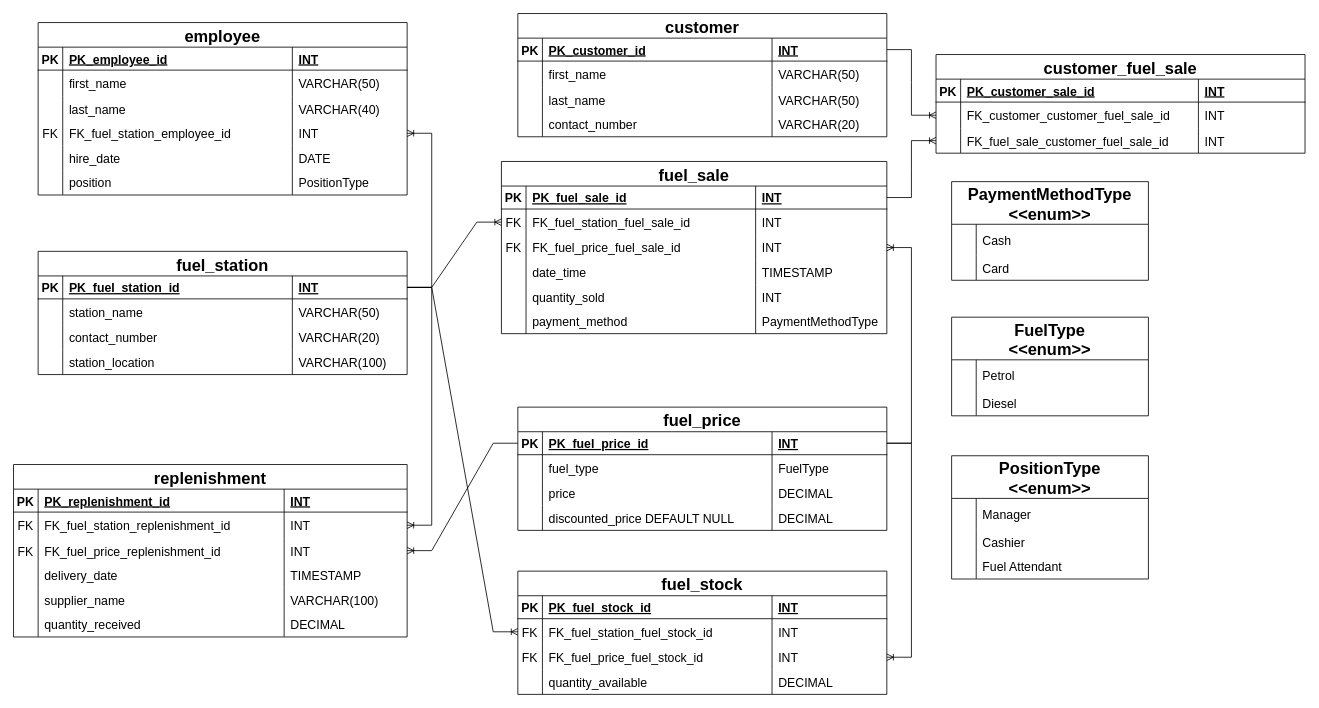
Before: Untitled Diagram.drawio in GiorgiEz/DB-modeling, a draw.io diagram. Source tidied: cells renumbered, new cells numbered last; positions are measured from the earlier drawing's top-left corner, leaving out a move shared by most shapes. Both pictures are drawn from the tidied source at 82%, with x=0, y=0 at pixel (-65, 13).
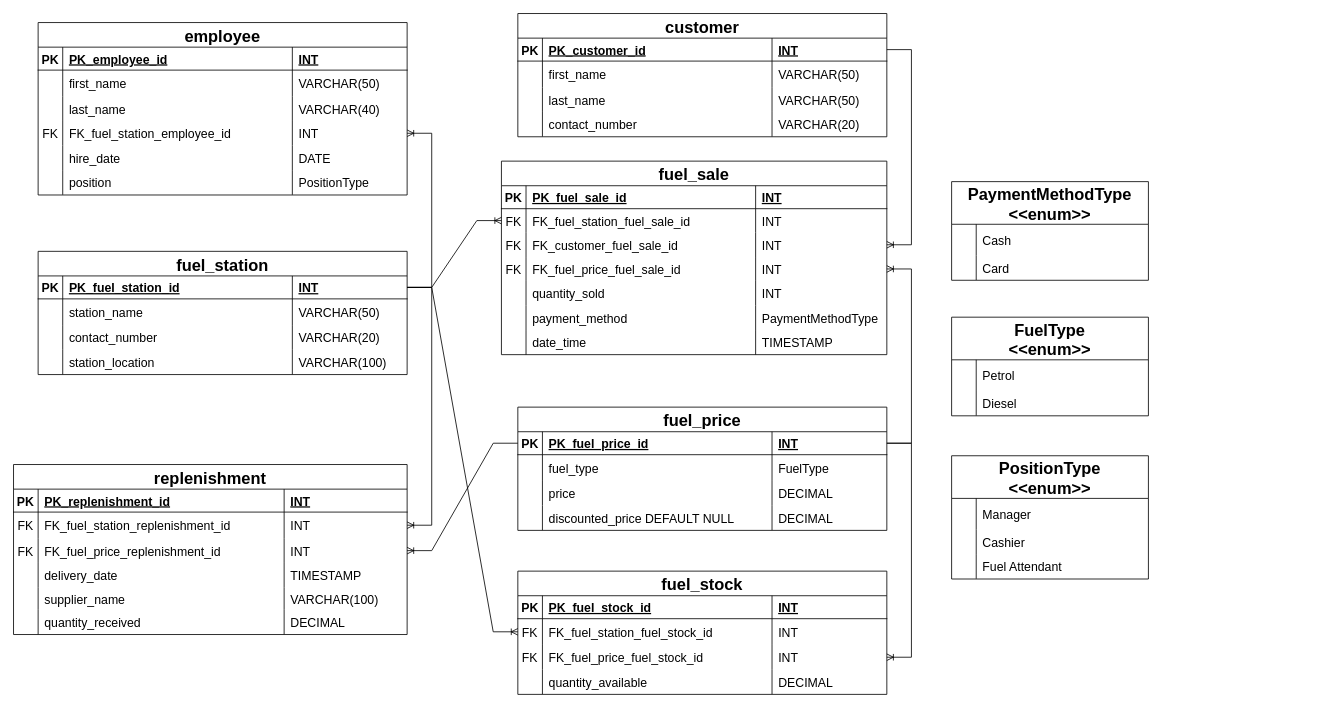
After the change.

The change refers to these unchanged cells:
```xml
<mxCell id="20" style="shape=partialRectangle;fillColor=none;points=[[0,0.5],[1,0.5]];portConstraint=eastwest;top=0;left=0;right=0;bottom=1;" parent="19" vertex="1">
  <mxGeometry y="30" width="450" height="28" as="geometry" />
</mxCell>
<mxCell id="56" style="shape=partialRectangle;fillColor=none;points=[[0,0.5],[1,0.5]];portConstraint=eastwest;top=0;left=0;right=0;bottom=1;" parent="55" vertex="1">
  <mxGeometry y="30" width="470" height="28" as="geometry" />
</mxCell>
<mxCell id="135" style="shape=partialRectangle;fillColor=none;points=[[0,0.5],[1,0.5]];portConstraint=eastwest;top=0;left=0;right=0;bottom=1;" parent="134" vertex="1">
  <mxGeometry y="30" width="450" height="28" as="geometry" />
</mxCell>
```

Diff of the diagram source:
```diff
@@
     <mxCell id="55" value="fuel_sale" style="shape=table;startSize=30;childLayout=tableLayout;rowLines=0;fontStyle=1;align=center;fillColor=#FFFFFF;strokeColor=#000000;fontSize=20;direction=east;flipH=0;flipV=0;" parent="1" vertex="1">
-      <mxGeometry x="690" y="180.4" width="470" height="210" as="geometry" />
+      <mxGeometry x="690" y="180" width="470" height="236" as="geometry" />
     </mxCell>
@@
     <mxCell id="60" style="shape=partialRectangle;fillColor=none;points=[[0,0.5],[1,0.5]];portConstraint=eastwest;top=0;left=0;right=0;bottom=0;" parent="55" vertex="1">
-      <mxGeometry y="58" width="470" height="32" as="geometry" />
+      <mxGeometry y="58" width="470" height="29" as="geometry" />
     </mxCell>
     <mxCell id="61" value="FK" style="shape=partialRectangle;overflow=hidden;fillColor=none;top=0;left=0;bottom=0;right=0;fontSize=15;" parent="60" vertex="1">
-      <mxGeometry width="30" height="32" as="geometry" />
+      <mxGeometry width="30" height="29" as="geometry" />
     </mxCell>
     <mxCell id="62" value="FK_fuel_station_fuel_sale_id" style="shape=partialRectangle;overflow=hidden;fillColor=none;top=0;left=0;bottom=0;right=0;align=left;spacingLeft=6;fontColor=#000000;labelBackgroundColor=none;fontSize=15;" parent="60" vertex="1">
-      <mxGeometry x="30" width="280" height="32" as="geometry" />
+      <mxGeometry x="30" width="280" height="29" as="geometry" />
     </mxCell>
     <mxCell id="63" value="INT" style="shape=partialRectangle;overflow=hidden;fillColor=none;top=0;left=0;bottom=0;right=0;align=left;spacingLeft=6;fontColor=#000000;labelBackgroundColor=none;fontSize=15;" parent="60" vertex="1">
-      <mxGeometry x="310" width="160" height="32" as="geometry" />
+      <mxGeometry x="310" width="160" height="29" as="geometry" />
     </mxCell>
     <mxCell id="64" style="shape=tableRow;horizontal=0;startSize=0;swimlaneHead=0;swimlaneBody=0;fillColor=none;points=[[0,0.5],[1,0.5]];portConstraint=eastwest;top=0;left=0;right=0;bottom=0;" parent="55" vertex="1">
-      <mxGeometry y="90" width="470" height="30" as="geometry" />
+      <mxGeometry y="87" width="470" height="30" as="geometry" />
     </mxCell>
@@
-    <mxCell id="66" value="FK_fuel_price_fuel_sale_id" style="shape=partialRectangle;fillColor=none;top=0;left=0;bottom=0;right=0;align=left;spacingLeft=6;overflow=hidden;fontSize=15;" parent="64" vertex="1">
+    <mxCell id="66" value="FK_customer_fuel_sale_id" style="shape=partialRectangle;fillColor=none;top=0;left=0;bottom=0;right=0;align=left;spacingLeft=6;overflow=hidden;fontSize=15;" parent="64" vertex="1">
       <mxGeometry x="30" width="280" height="30" as="geometry" />
     </mxCell>
@@
     <mxCell id="68" style="shape=tableRow;horizontal=0;startSize=0;swimlaneHead=0;swimlaneBody=0;fillColor=none;points=[[0,0.5],[1,0.5]];portConstraint=eastwest;top=0;left=0;right=0;bottom=0;" parent="55" vertex="1">
-      <mxGeometry y="120" width="470" height="30" as="geometry" />
+      <mxGeometry y="117" width="470" height="29" as="geometry" />
     </mxCell>
-    <mxCell id="69" style="shape=partialRectangle;fillColor=none;top=0;left=0;bottom=0;right=0;overflow=hidden;" parent="68" vertex="1">
-      <mxGeometry width="30" height="30" as="geometry" />
+    <mxCell id="69" value="FK" style="shape=partialRectangle;fillColor=none;top=0;left=0;bottom=0;right=0;overflow=hidden;fontSize=15;" parent="68" vertex="1">
+      <mxGeometry width="30" height="29" as="geometry" />
     </mxCell>
-    <mxCell id="70" value="date_time" style="shape=partialRectangle;fillColor=none;top=0;left=0;bottom=0;right=0;align=left;spacingLeft=6;overflow=hidden;fontSize=15;" parent="68" vertex="1">
-      <mxGeometry x="30" width="280" height="30" as="geometry" />
+    <mxCell id="70" value="FK_fuel_price_fuel_sale_id" style="shape=partialRectangle;fillColor=none;top=0;left=0;bottom=0;right=0;align=left;spacingLeft=6;overflow=hidden;fontSize=15;" parent="68" vertex="1">
+      <mxGeometry x="30" width="280" height="29" as="geometry" />
     </mxCell>
-    <mxCell id="71" value="TIMESTAMP" style="shape=partialRectangle;fillColor=none;top=0;left=0;bottom=0;right=0;align=left;spacingLeft=6;overflow=hidden;fontSize=15;" parent="68" vertex="1">
-      <mxGeometry x="310" width="160" height="30" as="geometry" />
+    <mxCell id="71" value="INT" style="shape=partialRectangle;fillColor=none;top=0;left=0;bottom=0;right=0;align=left;spacingLeft=6;overflow=hidden;fontSize=15;" parent="68" vertex="1">
+      <mxGeometry x="310" width="160" height="29" as="geometry" />
     </mxCell>
     <mxCell id="72" style="shape=tableRow;horizontal=0;startSize=0;swimlaneHead=0;swimlaneBody=0;fillColor=none;top=0;left=0;right=0;bottom=0;" parent="55" vertex="1">
-      <mxGeometry y="150" width="470" height="30" as="geometry" />
+      <mxGeometry y="146" width="470" height="30" as="geometry" />
     </mxCell>
@@
     <mxCell id="76" style="shape=tableRow;horizontal=0;startSize=0;swimlaneHead=0;swimlaneBody=0;fillColor=none;top=0;left=0;right=0;bottom=0;" parent="55" vertex="1">
-      <mxGeometry y="180" width="470" height="30" as="geometry" />
+      <mxGeometry y="176" width="470" height="30" as="geometry" />
     </mxCell>
@@
+    <mxCell id="191" style="shape=tableRow;horizontal=0;startSize=0;swimlaneHead=0;swimlaneBody=0;fillColor=none;top=0;left=0;right=0;bottom=0;" parent="55" vertex="1">
+      <mxGeometry y="206" width="470" height="30" as="geometry" />
+    </mxCell>
+    <mxCell id="161" style="shape=partialRectangle;fillColor=none;top=0;left=0;bottom=0;right=0;overflow=hidden;" parent="191" vertex="1">
+      <mxGeometry width="30" height="30" as="geometry" />
+    </mxCell>
+    <mxCell id="192" value="date_time" style="shape=partialRectangle;fillColor=none;top=0;left=0;bottom=0;right=0;align=left;spacingLeft=6;overflow=hidden;fontSize=15;" parent="191" vertex="1">
+      <mxGeometry x="30" width="280" height="30" as="geometry" />
+    </mxCell>
+    <mxCell id="193" value="TIMESTAMP" style="shape=partialRectangle;fillColor=none;top=0;left=0;bottom=0;right=0;align=left;spacingLeft=6;overflow=hidden;fontSize=15;" parent="191" vertex="1">
+      <mxGeometry x="310" width="160" height="30" as="geometry" />
+    </mxCell>
@@
-    <mxCell id="81" style="edgeStyle=entityRelationEdgeStyle;fontSize=12;html=1;endArrow=ERoneToMany;rounded=0;exitX=1;exitY=0.5;exitDx=0;exitDy=0;entryX=1;entryY=0.5;entryDx=0;entryDy=0;" parent="1" edge="1" source="20" target="64">
+    <mxCell id="81" style="edgeStyle=entityRelationEdgeStyle;fontSize=12;html=1;endArrow=ERoneToMany;rounded=0;exitX=1;exitY=0.5;exitDx=0;exitDy=0;entryX=1;entryY=0.5;entryDx=0;entryDy=0;" parent="1" edge="1" source="20" target="68">
       <mxGeometry relative="1" as="geometry" />
     </mxCell>
     <mxCell id="82" value="replenishment" style="shape=table;startSize=30;childLayout=tableLayout;rowLines=0;fontStyle=1;align=center;fillColor=#FFFFFF;strokeColor=#000000;fontSize=20;direction=east;flipH=0;flipV=0;" parent="1" vertex="1">
-      <mxGeometry x="95" y="550" width="480" height="210.3" as="geometry" />
+      <mxGeometry x="95" y="550" width="480" height="207.3" as="geometry" />
     </mxCell>
@@
     <mxCell id="99" style="shape=tableRow;horizontal=0;startSize=0;swimlaneHead=0;swimlaneBody=0;fillColor=none;top=0;left=0;right=0;bottom=0;" parent="82" vertex="1">
-      <mxGeometry y="150" width="480" height="30" as="geometry" />
+      <mxGeometry y="150" width="480" height="27" as="geometry" />
     </mxCell>
     <mxCell id="100" style="shape=partialRectangle;fillColor=none;top=0;left=0;bottom=0;right=0;overflow=hidden;" parent="99" vertex="1">
-      <mxGeometry width="30" height="30" as="geometry" />
+      <mxGeometry width="30" height="27" as="geometry" />
     </mxCell>
     <mxCell id="101" value="supplier_name" style="shape=partialRectangle;fillColor=none;top=0;left=0;bottom=0;right=0;align=left;spacingLeft=6;overflow=hidden;fontSize=15;" parent="99" vertex="1">
-      <mxGeometry x="30" width="300" height="30" as="geometry" />
+      <mxGeometry x="30" width="300" height="27" as="geometry" />
     </mxCell>
     <mxCell id="102" value="VARCHAR(100)" style="shape=partialRectangle;fillColor=none;top=0;left=0;bottom=0;right=0;align=left;spacingLeft=6;overflow=hidden;fontSize=15;" parent="99" vertex="1">
-      <mxGeometry x="330" width="150" height="30" as="geometry" />
+      <mxGeometry x="330" width="150" height="27" as="geometry" />
     </mxCell>
     <mxCell id="103" style="shape=tableRow;horizontal=0;startSize=0;swimlaneHead=0;swimlaneBody=0;fillColor=none;top=0;left=0;right=0;bottom=0;" parent="82" vertex="1">
-      <mxGeometry y="180" width="480" height="30" as="geometry" />
+      <mxGeometry y="177" width="480" height="30" as="geometry" />
     </mxCell>
@@
-    <mxCell id="151" value="customer_fuel_sale" style="shape=table;startSize=30;childLayout=tableLayout;rowLines=0;fontStyle=1;align=center;fillColor=#FFFFFF;strokeColor=#000000;fontSize=20;direction=east;flipH=0;flipV=0;" parent="1" vertex="1">
-      <mxGeometry x="1220" y="50" width="450" height="120.3" as="geometry" />
-    </mxCell>
-    <mxCell id="152" style="shape=partialRectangle;fillColor=none;top=0;left=0;right=0;bottom=1;" parent="151" vertex="1">
-      <mxGeometry y="30" width="450" height="28" as="geometry" />
-    </mxCell>
-    <mxCell id="153" value="PK" style="shape=partialRectangle;overflow=hidden;fillColor=none;top=0;left=0;bottom=0;right=0;fontStyle=1;fontSize=15;" parent="152" vertex="1">
-      <mxGeometry width="30" height="28" as="geometry" />
-    </mxCell>
-    <mxCell id="154" value="PK_customer_sale_id" style="shape=partialRectangle;overflow=hidden;fillColor=none;top=0;left=0;bottom=0;right=0;align=left;spacingLeft=6;fontStyle=5;fontSize=15;" parent="152" vertex="1">
-      <mxGeometry x="30" width="290" height="28" as="geometry" />
-    </mxCell>
-    <mxCell id="155" value="INT" style="shape=partialRectangle;overflow=hidden;fillColor=none;top=0;left=0;bottom=0;right=0;align=left;spacingLeft=6;fontStyle=5;fontSize=15;" parent="152" vertex="1">
-      <mxGeometry x="320" width="130" height="28" as="geometry" />
-    </mxCell>
-    <mxCell id="156" style="shape=partialRectangle;fillColor=none;points=[[0,0.5],[1,0.5]];portConstraint=eastwest;top=0;left=0;right=0;bottom=0;" parent="151" vertex="1">
-      <mxGeometry y="58" width="450" height="32" as="geometry" />
-    </mxCell>
-    <mxCell id="157" style="shape=partialRectangle;overflow=hidden;fillColor=none;top=0;left=0;bottom=0;right=0;" parent="156" vertex="1">
-      <mxGeometry width="30" height="32" as="geometry" />
-    </mxCell>
-    <mxCell id="158" value="FK_customer_customer_fuel_sale_id" style="shape=partialRectangle;overflow=hidden;fillColor=none;top=0;left=0;bottom=0;right=0;align=left;spacingLeft=6;fontColor=#000000;labelBackgroundColor=none;fontSize=15;" parent="156" vertex="1">
-      <mxGeometry x="30" width="290" height="32" as="geometry" />
-    </mxCell>
-    <mxCell id="159" value="INT" style="shape=partialRectangle;overflow=hidden;fillColor=none;top=0;left=0;bottom=0;right=0;align=left;spacingLeft=6;fontColor=#000000;labelBackgroundColor=none;fontSize=15;" parent="156" vertex="1">
-      <mxGeometry x="320" width="130" height="32" as="geometry" />
-    </mxCell>
-    <mxCell id="160" style="shape=tableRow;horizontal=0;startSize=0;swimlaneHead=0;swimlaneBody=0;fillColor=none;points=[[0,0.5],[1,0.5]];portConstraint=eastwest;top=0;left=0;right=0;bottom=0;" parent="151" vertex="1">
-      <mxGeometry y="90" width="450" height="30" as="geometry" />
-    </mxCell>
-    <mxCell id="161" style="shape=partialRectangle;fillColor=none;top=0;left=0;bottom=0;right=0;overflow=hidden;" parent="160" vertex="1">
-      <mxGeometry width="30" height="30" as="geometry" />
-    </mxCell>
-    <mxCell id="162" value="FK_fuel_sale_customer_fuel_sale_id" style="shape=partialRectangle;fillColor=none;top=0;left=0;bottom=0;right=0;align=left;spacingLeft=6;overflow=hidden;fontSize=15;" parent="160" vertex="1">
-      <mxGeometry x="30" width="290" height="30" as="geometry" />
-    </mxCell>
-    <mxCell id="163" value="INT" style="shape=partialRectangle;fillColor=none;top=0;left=0;bottom=0;right=0;align=left;spacingLeft=6;overflow=hidden;fontSize=15;" parent="160" vertex="1">
-      <mxGeometry x="320" width="130" height="30" as="geometry" />
-    </mxCell>
-    <mxCell id="164" style="edgeStyle=entityRelationEdgeStyle;fontSize=12;html=1;endArrow=ERoneToMany;rounded=0;exitX=1;exitY=0.5;exitDx=0;exitDy=0;entryX=0;entryY=0.5;entryDx=0;entryDy=0;" parent="1" edge="1" source="56" target="160">
-      <mxGeometry relative="1" as="geometry" />
-    </mxCell>
-    <mxCell id="165" style="edgeStyle=entityRelationEdgeStyle;fontSize=12;html=1;endArrow=ERoneToMany;rounded=0;exitX=1;exitY=0.5;exitDx=0;exitDy=0;entryX=0;entryY=0.5;entryDx=0;entryDy=0;" parent="1" edge="1" source="135" target="156">
+    <mxCell id="165" style="edgeStyle=entityRelationEdgeStyle;fontSize=12;html=1;endArrow=ERoneToMany;rounded=0;exitX=1;exitY=0.5;exitDx=0;exitDy=0;entryX=1;entryY=0.5;entryDx=0;entryDy=0;" parent="1" edge="1" source="135" target="64">
       <mxGeometry relative="1" as="geometry" />
     </mxCell>
```
